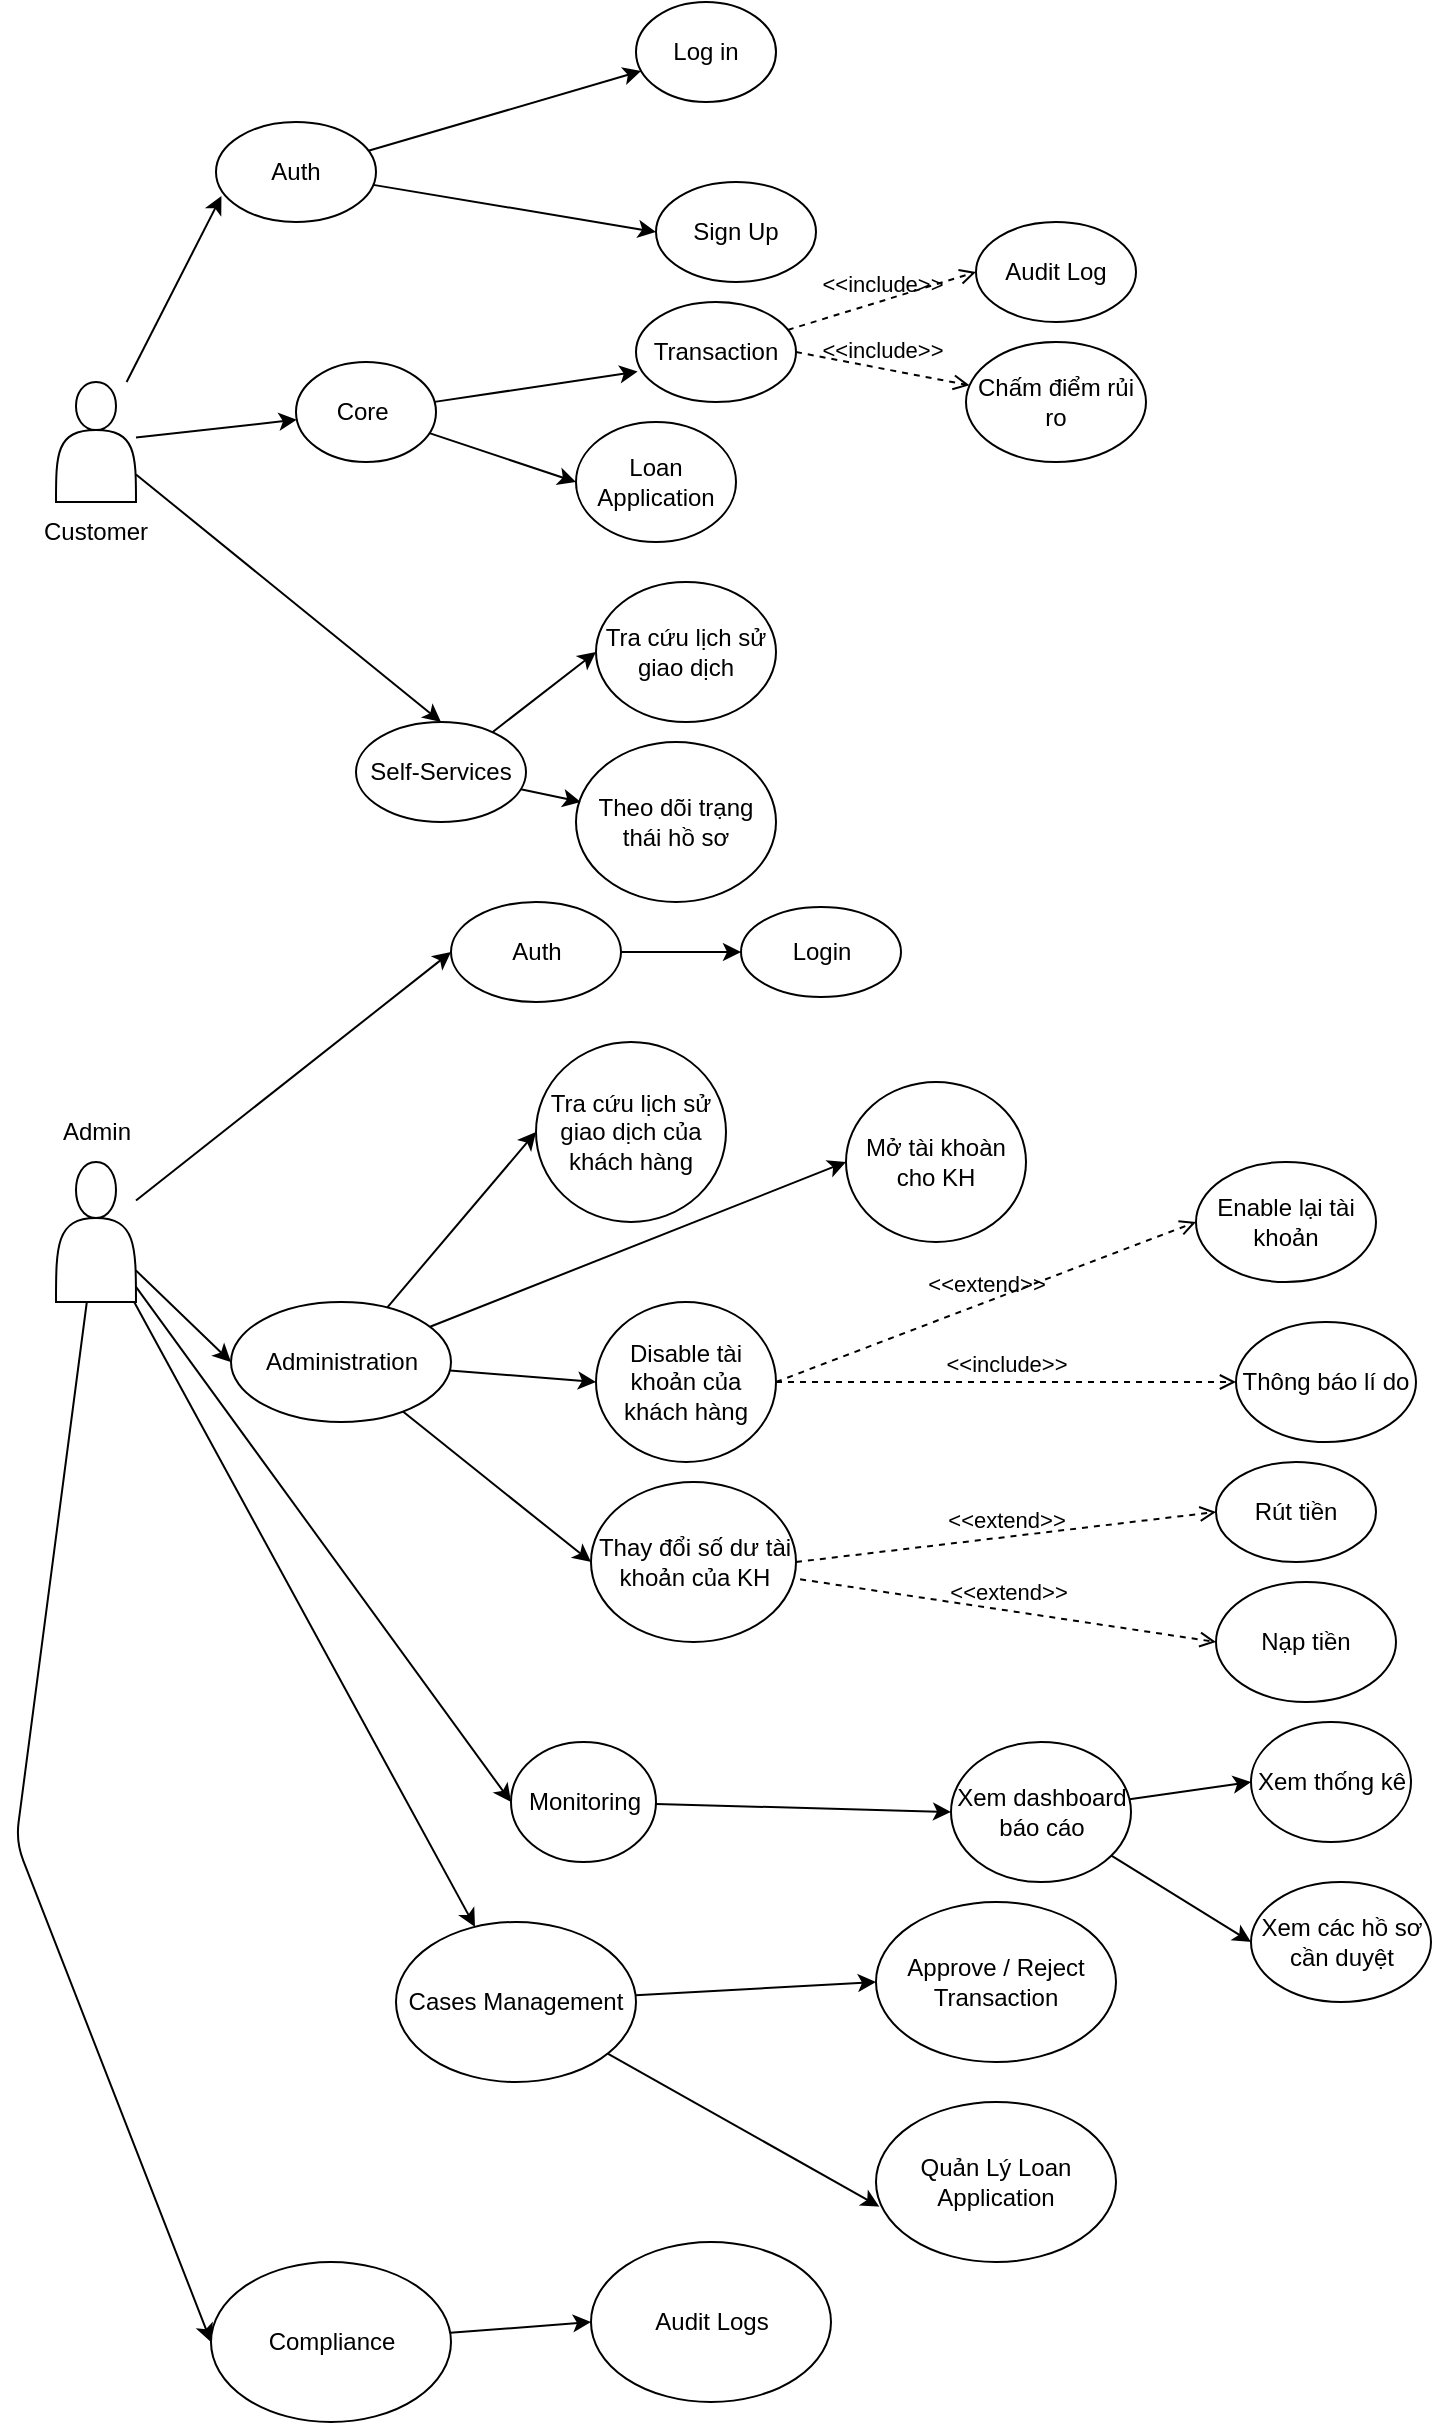
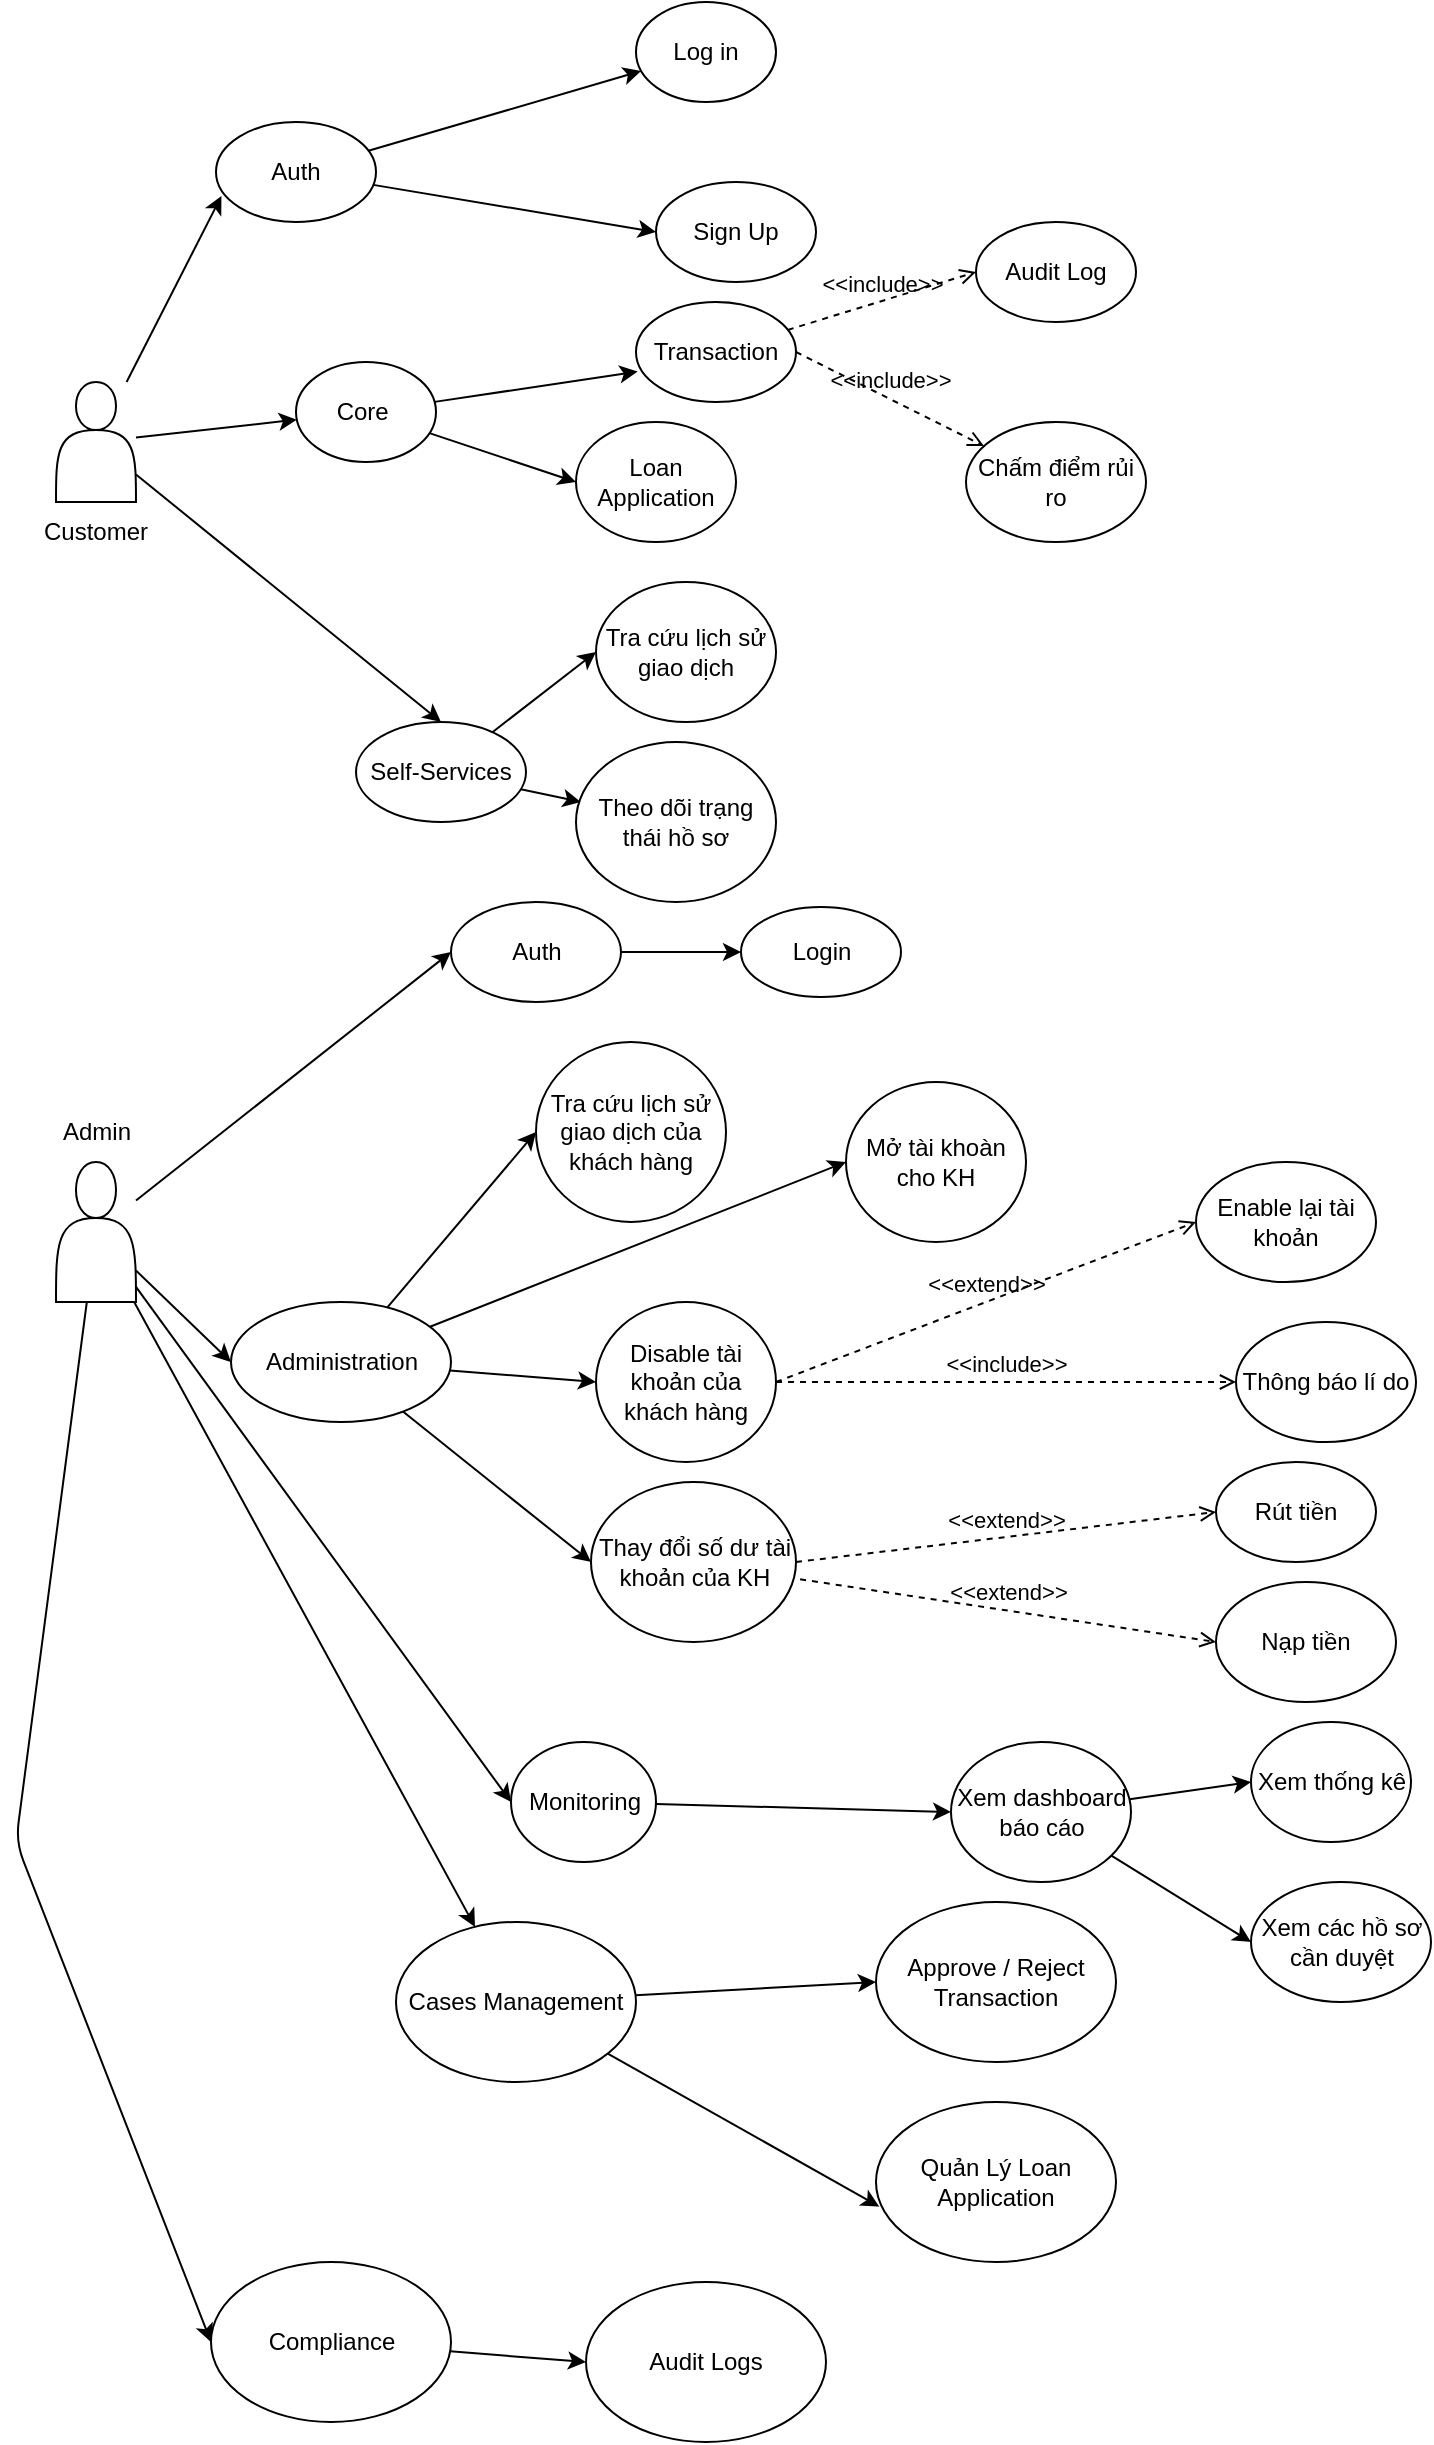
<mxfile host="65bd71144e">
    <diagram id="MHhxsnbR9KZODQGMe67n" name="Page-1">
-         <mxGraphModel dx="624" dy="611" grid="1" gridSize="10" guides="1" tooltips="1" connect="1" arrows="1" fold="1" page="1" pageScale="1" pageWidth="1100" pageHeight="1700" background="none" math="0" shadow="0">
+         <mxGraphModel dx="802" dy="371" grid="1" gridSize="10" guides="1" tooltips="1" connect="1" arrows="1" fold="1" page="1" pageScale="1" pageWidth="1100" pageHeight="1700" background="none" math="0" shadow="0">
            <root>
                <mxCell id="0"/>
                <mxCell id="1" parent="0"/>
                <mxCell id="25" style="edgeStyle=none;html=1;entryX=0.5;entryY=0;entryDx=0;entryDy=0;" parent="1" source="2" target="21" edge="1">
                    <mxGeometry relative="1" as="geometry"/>
                </mxCell>
                <mxCell id="29" style="edgeStyle=none;html=1;" parent="1" source="2" target="14" edge="1">
                    <mxGeometry relative="1" as="geometry"/>
                </mxCell>
                <mxCell id="2" value="" style="shape=actor;whiteSpace=wrap;html=1;" parent="1" vertex="1">
                    <mxGeometry x="40" y="190" width="40" height="60" as="geometry"/>
                </mxCell>
                <mxCell id="11" style="edgeStyle=none;html=1;" parent="1" source="3" target="7" edge="1">
                    <mxGeometry relative="1" as="geometry"/>
                </mxCell>
                <mxCell id="13" style="edgeStyle=none;html=1;entryX=0;entryY=0.5;entryDx=0;entryDy=0;" parent="1" source="3" target="9" edge="1">
                    <mxGeometry relative="1" as="geometry"/>
                </mxCell>
                <mxCell id="3" value="Auth" style="ellipse;whiteSpace=wrap;html=1;" parent="1" vertex="1">
                    <mxGeometry x="120" y="60" width="80" height="50" as="geometry"/>
                </mxCell>
                <mxCell id="4" value="Customer" style="text;html=1;align=center;verticalAlign=middle;whiteSpace=wrap;rounded=0;" parent="1" vertex="1">
                    <mxGeometry x="30" y="250" width="60" height="30" as="geometry"/>
                </mxCell>
                <mxCell id="7" value="Log in" style="ellipse;whiteSpace=wrap;html=1;" parent="1" vertex="1">
                    <mxGeometry x="330" width="70" height="50" as="geometry"/>
                </mxCell>
                <mxCell id="9" value="Sign Up" style="ellipse;whiteSpace=wrap;html=1;" parent="1" vertex="1">
                    <mxGeometry x="340" y="90" width="80" height="50" as="geometry"/>
                </mxCell>
                <mxCell id="19" style="edgeStyle=none;html=1;entryX=0;entryY=0.5;entryDx=0;entryDy=0;" parent="1" source="14" target="18" edge="1">
                    <mxGeometry relative="1" as="geometry"/>
                </mxCell>
                <mxCell id="14" value="Core&amp;nbsp;" style="ellipse;whiteSpace=wrap;html=1;" parent="1" vertex="1">
                    <mxGeometry x="160" y="180" width="70" height="50" as="geometry"/>
                </mxCell>
                <mxCell id="16" value="Transaction" style="ellipse;whiteSpace=wrap;html=1;" parent="1" vertex="1">
                    <mxGeometry x="330" y="150" width="80" height="50" as="geometry"/>
                </mxCell>
                <mxCell id="17" style="edgeStyle=none;html=1;entryX=0.01;entryY=0.696;entryDx=0;entryDy=0;entryPerimeter=0;" parent="1" source="14" target="16" edge="1">
                    <mxGeometry relative="1" as="geometry"/>
                </mxCell>
                <mxCell id="18" value="Loan Application" style="ellipse;whiteSpace=wrap;html=1;" parent="1" vertex="1">
                    <mxGeometry x="300" y="210" width="80" height="60" as="geometry"/>
                </mxCell>
                <mxCell id="26" style="edgeStyle=none;html=1;entryX=0;entryY=0.5;entryDx=0;entryDy=0;" parent="1" source="21" target="22" edge="1">
                    <mxGeometry relative="1" as="geometry"/>
                </mxCell>
                <mxCell id="21" value="Self-Services" style="ellipse;whiteSpace=wrap;html=1;" parent="1" vertex="1">
                    <mxGeometry x="190" y="360" width="85" height="50" as="geometry"/>
                </mxCell>
                <mxCell id="22" value="Tra cứu lịch sử giao dịch" style="ellipse;whiteSpace=wrap;html=1;" parent="1" vertex="1">
                    <mxGeometry x="310" y="290" width="90" height="70" as="geometry"/>
                </mxCell>
                <mxCell id="23" value="Theo dõi trạng thái hồ sơ" style="ellipse;whiteSpace=wrap;html=1;" parent="1" vertex="1">
                    <mxGeometry x="300" y="370" width="100" height="80" as="geometry"/>
                </mxCell>
                <mxCell id="27" style="edgeStyle=none;html=1;entryX=0.024;entryY=0.375;entryDx=0;entryDy=0;entryPerimeter=0;" parent="1" source="21" target="23" edge="1">
                    <mxGeometry relative="1" as="geometry"/>
                </mxCell>
                <mxCell id="28" style="edgeStyle=none;html=1;entryX=0.034;entryY=0.74;entryDx=0;entryDy=0;entryPerimeter=0;" parent="1" source="2" target="3" edge="1">
                    <mxGeometry relative="1" as="geometry"/>
                </mxCell>
                <mxCell id="33" style="edgeStyle=none;html=1;entryX=0;entryY=0.5;entryDx=0;entryDy=0;" parent="1" source="30" target="31" edge="1">
                    <mxGeometry relative="1" as="geometry"/>
                </mxCell>
                <mxCell id="36" style="edgeStyle=none;html=1;entryX=0;entryY=0.5;entryDx=0;entryDy=0;" parent="1" source="30" target="35" edge="1">
                    <mxGeometry relative="1" as="geometry"/>
                </mxCell>
                <mxCell id="61" style="edgeStyle=none;html=1;entryX=0;entryY=0.5;entryDx=0;entryDy=0;" parent="1" source="30" target="60" edge="1">
                    <mxGeometry relative="1" as="geometry"/>
                </mxCell>
                <mxCell id="71" style="edgeStyle=none;html=1;" parent="1" source="30" target="68" edge="1">
                    <mxGeometry relative="1" as="geometry"/>
                </mxCell>
                <mxCell id="76" style="edgeStyle=none;html=1;entryX=0;entryY=0.5;entryDx=0;entryDy=0;" parent="1" source="30" target="74" edge="1">
                    <mxGeometry relative="1" as="geometry">
                        <Array as="points">
                            <mxPoint x="20" y="920"/>
                        </Array>
                    </mxGeometry>
                </mxCell>
                <mxCell id="30" value="" style="shape=actor;whiteSpace=wrap;html=1;" parent="1" vertex="1">
                    <mxGeometry x="40" y="580" width="40" height="70" as="geometry"/>
                </mxCell>
                <mxCell id="34" style="edgeStyle=none;html=1;entryX=0;entryY=0.5;entryDx=0;entryDy=0;" parent="1" source="31" target="32" edge="1">
                    <mxGeometry relative="1" as="geometry"/>
                </mxCell>
                <mxCell id="31" value="Auth" style="ellipse;whiteSpace=wrap;html=1;" parent="1" vertex="1">
                    <mxGeometry x="237.5" y="450" width="85" height="50" as="geometry"/>
                </mxCell>
                <mxCell id="32" value="Login" style="ellipse;whiteSpace=wrap;html=1;" parent="1" vertex="1">
                    <mxGeometry x="382.5" y="452.5" width="80" height="45" as="geometry"/>
                </mxCell>
                <mxCell id="38" style="edgeStyle=none;html=1;entryX=0;entryY=0.5;entryDx=0;entryDy=0;" parent="1" source="35" target="37" edge="1">
                    <mxGeometry relative="1" as="geometry"/>
                </mxCell>
                <mxCell id="51" style="edgeStyle=none;html=1;entryX=0;entryY=0.5;entryDx=0;entryDy=0;" parent="1" source="35" target="39" edge="1">
                    <mxGeometry relative="1" as="geometry"/>
                </mxCell>
                <mxCell id="52" style="edgeStyle=none;html=1;entryX=0;entryY=0.5;entryDx=0;entryDy=0;" parent="1" source="35" target="41" edge="1">
                    <mxGeometry relative="1" as="geometry"/>
                </mxCell>
                <mxCell id="55" style="edgeStyle=none;html=1;entryX=0;entryY=0.5;entryDx=0;entryDy=0;" parent="1" source="35" target="53" edge="1">
                    <mxGeometry relative="1" as="geometry"/>
                </mxCell>
                <mxCell id="35" value="Administration" style="ellipse;whiteSpace=wrap;html=1;" parent="1" vertex="1">
                    <mxGeometry x="127.5" y="650" width="110" height="60" as="geometry"/>
                </mxCell>
                <mxCell id="37" value="Tra cứu lịch sử giao dịch của khách hàng" style="ellipse;whiteSpace=wrap;html=1;" parent="1" vertex="1">
                    <mxGeometry x="280" y="520" width="95" height="90" as="geometry"/>
                </mxCell>
                <mxCell id="39" value="Mở tài khoàn cho KH" style="ellipse;whiteSpace=wrap;html=1;" parent="1" vertex="1">
                    <mxGeometry x="435" y="540" width="90" height="80" as="geometry"/>
                </mxCell>
                <mxCell id="41" value="Disable tài khoản của khách hàng" style="ellipse;whiteSpace=wrap;html=1;" parent="1" vertex="1">
                    <mxGeometry x="310" y="650" width="90" height="80" as="geometry"/>
                </mxCell>
                <mxCell id="43" value="&amp;lt;&amp;lt;include&amp;gt;&amp;gt;" style="html=1;verticalAlign=bottom;labelBackgroundColor=none;endArrow=open;endFill=0;dashed=1;exitX=1;exitY=0.5;exitDx=0;exitDy=0;" parent="1" source="41" target="44" edge="1">
                    <mxGeometry width="160" relative="1" as="geometry">
                        <mxPoint x="360" y="760" as="sourcePoint"/>
                        <mxPoint x="450" y="720" as="targetPoint"/>
                    </mxGeometry>
                </mxCell>
                <mxCell id="44" value="Thông báo lí do" style="ellipse;whiteSpace=wrap;html=1;" parent="1" vertex="1">
                    <mxGeometry x="630" y="660" width="90" height="60" as="geometry"/>
                </mxCell>
                <mxCell id="46" value="&amp;lt;&amp;lt;extend&amp;gt;&amp;gt;" style="html=1;verticalAlign=bottom;labelBackgroundColor=none;endArrow=open;endFill=0;dashed=1;exitX=1;exitY=0.5;exitDx=0;exitDy=0;entryX=0;entryY=0.5;entryDx=0;entryDy=0;" parent="1" source="41" target="47" edge="1">
                    <mxGeometry width="160" relative="1" as="geometry">
                        <mxPoint x="365" y="710" as="sourcePoint"/>
                        <mxPoint x="520" y="690" as="targetPoint"/>
                        <Array as="points"/>
                    </mxGeometry>
                </mxCell>
                <mxCell id="47" value="Enable lại tài khoản" style="ellipse;whiteSpace=wrap;html=1;" parent="1" vertex="1">
                    <mxGeometry x="610" y="580" width="90" height="60" as="geometry"/>
                </mxCell>
                <mxCell id="53" value="Thay đổi số dư tài khoản của KH" style="ellipse;whiteSpace=wrap;html=1;" parent="1" vertex="1">
                    <mxGeometry x="307.5" y="740" width="102.5" height="80" as="geometry"/>
                </mxCell>
                <mxCell id="56" value="&amp;lt;&amp;lt;extend&amp;gt;&amp;gt;" style="html=1;verticalAlign=bottom;labelBackgroundColor=none;endArrow=open;endFill=0;dashed=1;exitX=1;exitY=0.5;exitDx=0;exitDy=0;entryX=0;entryY=0.5;entryDx=0;entryDy=0;" parent="1" source="53" target="57" edge="1">
                    <mxGeometry width="160" relative="1" as="geometry">
                        <mxPoint x="400" y="840" as="sourcePoint"/>
                        <mxPoint x="440" y="820" as="targetPoint"/>
                    </mxGeometry>
                </mxCell>
                <mxCell id="57" value="Rút tiền" style="ellipse;whiteSpace=wrap;html=1;" parent="1" vertex="1">
                    <mxGeometry x="620" y="730" width="80" height="50" as="geometry"/>
                </mxCell>
                <mxCell id="58" value="&amp;lt;&amp;lt;extend&amp;gt;&amp;gt;" style="html=1;verticalAlign=bottom;labelBackgroundColor=none;endArrow=open;endFill=0;dashed=1;exitX=1.02;exitY=0.608;exitDx=0;exitDy=0;exitPerimeter=0;entryX=0;entryY=0.5;entryDx=0;entryDy=0;" parent="1" source="53" target="59" edge="1">
                    <mxGeometry width="160" relative="1" as="geometry">
                        <mxPoint x="400" y="880" as="sourcePoint"/>
                        <mxPoint x="440" y="880" as="targetPoint"/>
                    </mxGeometry>
                </mxCell>
                <mxCell id="59" value="Nạp tiền" style="ellipse;whiteSpace=wrap;html=1;" parent="1" vertex="1">
                    <mxGeometry x="620" y="790" width="90" height="60" as="geometry"/>
                </mxCell>
                <mxCell id="65" style="edgeStyle=none;html=1;entryX=0;entryY=0.5;entryDx=0;entryDy=0;" parent="1" source="60" target="62" edge="1">
                    <mxGeometry relative="1" as="geometry"/>
                </mxCell>
                <mxCell id="60" value="Monitoring" style="ellipse;whiteSpace=wrap;html=1;" parent="1" vertex="1">
                    <mxGeometry x="267.5" y="870" width="72.5" height="60" as="geometry"/>
                </mxCell>
                <mxCell id="66" style="edgeStyle=none;html=1;entryX=0;entryY=0.5;entryDx=0;entryDy=0;" parent="1" source="62" target="63" edge="1">
                    <mxGeometry relative="1" as="geometry"/>
                </mxCell>
                <mxCell id="67" style="edgeStyle=none;html=1;entryX=0;entryY=0.5;entryDx=0;entryDy=0;" parent="1" source="62" target="64" edge="1">
                    <mxGeometry relative="1" as="geometry"/>
                </mxCell>
                <mxCell id="62" value="Xem dashboard báo cáo" style="ellipse;whiteSpace=wrap;html=1;" parent="1" vertex="1">
                    <mxGeometry x="487.5" y="870" width="90" height="70" as="geometry"/>
                </mxCell>
                <mxCell id="63" value="Xem thống kê" style="ellipse;whiteSpace=wrap;html=1;" parent="1" vertex="1">
                    <mxGeometry x="637.5" y="860" width="80" height="60" as="geometry"/>
                </mxCell>
                <mxCell id="64" value="Xem các hồ sơ cần duyệt" style="ellipse;whiteSpace=wrap;html=1;" parent="1" vertex="1">
                    <mxGeometry x="637.5" y="940" width="90" height="60" as="geometry"/>
                </mxCell>
                <mxCell id="72" style="edgeStyle=none;html=1;entryX=0;entryY=0.5;entryDx=0;entryDy=0;" parent="1" source="68" target="69" edge="1">
                    <mxGeometry relative="1" as="geometry"/>
                </mxCell>
                <mxCell id="68" value="Cases Management" style="ellipse;whiteSpace=wrap;html=1;" parent="1" vertex="1">
                    <mxGeometry x="210" y="960" width="120" height="80" as="geometry"/>
                </mxCell>
                <mxCell id="69" value="Approve / Reject&lt;div&gt;Transaction&lt;/div&gt;" style="ellipse;whiteSpace=wrap;html=1;" parent="1" vertex="1">
                    <mxGeometry x="450" y="950" width="120" height="80" as="geometry"/>
                </mxCell>
                <mxCell id="70" value="Quản Lý Loan Application" style="ellipse;whiteSpace=wrap;html=1;" parent="1" vertex="1">
                    <mxGeometry x="450" y="1050" width="120" height="80" as="geometry"/>
                </mxCell>
                <mxCell id="73" style="edgeStyle=none;html=1;entryX=0.014;entryY=0.654;entryDx=0;entryDy=0;entryPerimeter=0;" parent="1" source="68" target="70" edge="1">
                    <mxGeometry relative="1" as="geometry"/>
                </mxCell>
                <mxCell id="77" style="edgeStyle=none;html=1;entryX=0;entryY=0.5;entryDx=0;entryDy=0;" parent="1" source="74" target="75" edge="1">
                    <mxGeometry relative="1" as="geometry"/>
                </mxCell>
                <mxCell id="74" value="Compliance" style="ellipse;whiteSpace=wrap;html=1;" parent="1" vertex="1">
                    <mxGeometry x="117.5" y="1130" width="120" height="80" as="geometry"/>
                </mxCell>
                <mxCell id="75" value="Audit Logs" style="ellipse;whiteSpace=wrap;html=1;" parent="1" vertex="1">
-                     <mxGeometry x="307.5" y="1120" width="120" height="80" as="geometry"/>
-                 </mxCell>
-                 <mxCell id="78" value="Admin" style="text;html=1;align=center;verticalAlign=middle;resizable=0;points=[];autosize=1;strokeColor=none;fillColor=none;" vertex="1" parent="1">
+                     <mxGeometry x="305" y="1140" width="120" height="80" as="geometry"/>
+                 </mxCell>
+                 <mxCell id="78" value="Admin" style="text;html=1;align=center;verticalAlign=middle;resizable=0;points=[];autosize=1;strokeColor=none;fillColor=none;" parent="1" vertex="1">
                    <mxGeometry x="30" y="550" width="60" height="30" as="geometry"/>
                </mxCell>
-                 <mxCell id="79" value="&amp;lt;&amp;lt;include&amp;gt;&amp;gt;" style="html=1;verticalAlign=bottom;labelBackgroundColor=none;endArrow=open;endFill=0;dashed=1;entryX=0;entryY=0.5;entryDx=0;entryDy=0;" edge="1" parent="1" source="16" target="80">
+                 <mxCell id="79" value="&amp;lt;&amp;lt;include&amp;gt;&amp;gt;" style="html=1;verticalAlign=bottom;labelBackgroundColor=none;endArrow=open;endFill=0;dashed=1;entryX=0;entryY=0.5;entryDx=0;entryDy=0;" parent="1" source="16" target="80" edge="1">
                    <mxGeometry width="160" relative="1" as="geometry">
                        <mxPoint x="410" y="175" as="sourcePoint"/>
                        <mxPoint x="570" y="175" as="targetPoint"/>
                    </mxGeometry>
                </mxCell>
-                 <mxCell id="80" value="Audit Log" style="ellipse;whiteSpace=wrap;html=1;" vertex="1" parent="1">
+                 <mxCell id="80" value="Audit Log" style="ellipse;whiteSpace=wrap;html=1;" parent="1" vertex="1">
                    <mxGeometry x="500" y="110" width="80" height="50" as="geometry"/>
                </mxCell>
-                 <mxCell id="81" value="&amp;lt;&amp;lt;include&amp;gt;&amp;gt;" style="html=1;verticalAlign=bottom;labelBackgroundColor=none;endArrow=open;endFill=0;dashed=1;exitX=1;exitY=0.5;exitDx=0;exitDy=0;" edge="1" parent="1" source="16" target="82">
+                 <mxCell id="81" value="&amp;lt;&amp;lt;include&amp;gt;&amp;gt;" style="html=1;verticalAlign=bottom;labelBackgroundColor=none;endArrow=open;endFill=0;dashed=1;exitX=1;exitY=0.5;exitDx=0;exitDy=0;" parent="1" source="16" target="82" edge="1">
                    <mxGeometry width="160" relative="1" as="geometry">
                        <mxPoint x="430" y="220" as="sourcePoint"/>
                        <mxPoint x="460" y="220" as="targetPoint"/>
                    </mxGeometry>
                </mxCell>
-                 <mxCell id="82" value="Chấm điểm rủi ro" style="ellipse;whiteSpace=wrap;html=1;" vertex="1" parent="1">
-                     <mxGeometry x="495" y="170" width="90" height="60" as="geometry"/>
+                 <mxCell id="82" value="Chấm điểm rủi ro" style="ellipse;whiteSpace=wrap;html=1;" parent="1" vertex="1">
+                     <mxGeometry x="495" y="210" width="90" height="60" as="geometry"/>
                </mxCell>
            </root>
        </mxGraphModel>
    </diagram>
</mxfile>